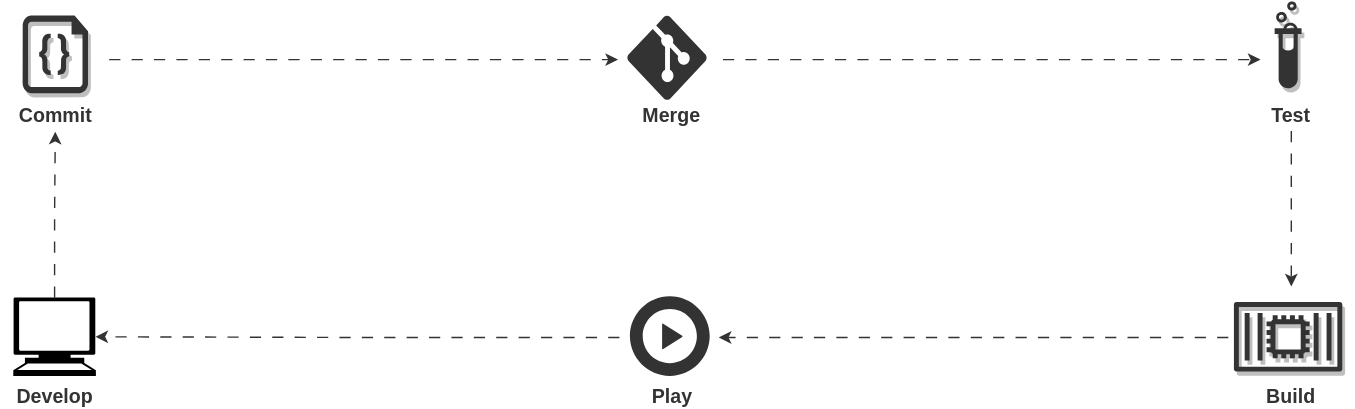
cloudymax/documentation keeps this draw.io diagram as static/assets/images/FeedbackLoop.drawio.svg. Above is the earlier version. Source tidied: cells renumbered, new cells last; positions are measured from the earlier drawing's top-left corner, leaving out a move shared by most shapes. Its diagram source:
```xml
<mxGraphModel>
  <root>
    <mxCell id="0" />
    <mxCell id="1" parent="0" />
    <mxCell id="2" style="edgeStyle=orthogonalEdgeStyle;rounded=1;orthogonalLoop=1;jettySize=auto;html=1;exitX=1;exitY=0.5;exitDx=0;exitDy=0;dashed=1;dashPattern=8 8;strokeColor=#333333;fontSize=14;fontColor=#333333;" parent="1" edge="1">
      <mxGeometry relative="1" as="geometry">
        <mxPoint x="515" y="42" as="sourcePoint" />
        <mxPoint x="899" y="42" as="targetPoint" />
      </mxGeometry>
    </mxCell>
    <mxCell id="3" value="Merge" style="rounded=1;whiteSpace=wrap;html=1;shadow=1;strokeColor=none;fillColor=none;gradientColor=none;fontColor=#333333;verticalAlign=bottom;fontSize=14;fontStyle=1;" parent="1" vertex="1">
      <mxGeometry x="440" y="4.5" width="77" height="89" as="geometry" />
    </mxCell>
    <mxCell id="4" style="edgeStyle=orthogonalEdgeStyle;rounded=1;jettySize=auto;html=1;exitX=0;exitY=0.5;exitDx=0;exitDy=0;entryX=0.995;entryY=0.5;entryDx=0;entryDy=0;entryPerimeter=0;dashed=1;dashPattern=8 8;strokeColor=#333333;fontSize=14;fontColor=#333333;" parent="1" edge="1" source="5" target="18">
      <mxGeometry relative="1" as="geometry" />
    </mxCell>
    <mxCell id="5" style="rounded=0;whiteSpace=wrap;html=1;fontSize=14;fontColor=#333333;fillColor=none;strokeColor=none;" parent="1" vertex="1">
      <mxGeometry x="441" y="197" width="71" height="87" as="geometry" />
    </mxCell>
    <mxCell id="6" style="edgeStyle=orthogonalEdgeStyle;rounded=1;orthogonalLoop=1;jettySize=auto;html=1;exitX=1;exitY=0.5;exitDx=0;exitDy=0;entryX=0;entryY=0.5;entryDx=0;entryDy=0;dashed=1;dashPattern=8 8;strokeColor=#333333;fontSize=14;fontColor=#333333;" parent="1" edge="1">
      <mxGeometry relative="1" as="geometry">
        <mxPoint x="76.5" y="42" as="sourcePoint" />
        <mxPoint x="440" y="42" as="targetPoint" />
      </mxGeometry>
    </mxCell>
    <mxCell id="7" value="Commit" style="rounded=1;whiteSpace=wrap;html=1;shadow=1;strokeColor=none;fillColor=none;gradientColor=none;fontColor=#333333;verticalAlign=bottom;fontSize=14;fontStyle=1;" parent="1" vertex="1">
      <mxGeometry x="-0.5" y="4.5" width="77" height="89" as="geometry" />
    </mxCell>
    <mxCell id="8" style="rounded=0;whiteSpace=wrap;html=1;fontSize=14;fontColor=#333333;fillColor=none;strokeColor=none;" parent="1" vertex="1">
      <mxGeometry x="876" y="204" width="90" height="73" as="geometry" />
    </mxCell>
    <mxCell id="9" style="sketch=0;fontColor=#333333;gradientColor=none;fillColor=#333333;strokeColor=none;dashed=0;verticalLabelPosition=bottom;verticalAlign=top;align=center;html=1;fontSize=14;fontStyle=1;shape=mxgraph.aws4.container_2;shadow=1;flipH=1;" parent="1" vertex="1">
      <mxGeometry x="880" y="215" width="77.4" height="50" as="geometry" />
    </mxCell>
    <mxCell id="10" style="sketch=0;html=1;strokeColor=none;shadow=1;align=center;verticalAlign=bottom;fillColor=#333333;shape=mxgraph.gcp2.biomedical_test_tube;fontSize=14;fontColor=#333333;fontStyle=1;spacingTop=10;spacing=-23;" parent="1" vertex="1">
      <mxGeometry x="909.1" y="0.5" width="19.2" height="62" as="geometry" />
    </mxCell>
    <mxCell id="11" value="Develop" style="text;html=1;strokeColor=none;fillColor=none;align=center;verticalAlign=middle;whiteSpace=wrap;rounded=0;fontColor=#333333;fontSize=14;fontStyle=1;" parent="1" vertex="1">
      <mxGeometry x="8" y="274" width="60" height="17" as="geometry" />
    </mxCell>
    <mxCell id="12" style="edgeStyle=orthogonalEdgeStyle;rounded=1;jettySize=auto;html=1;exitX=0;exitY=0.5;exitDx=0;exitDy=0;dashed=1;dashPattern=8 8;strokeColor=#333333;fontSize=14;fontColor=#333333;" parent="1" edge="1" source="8" target="5">
      <mxGeometry relative="1" as="geometry" />
    </mxCell>
    <mxCell id="13" style="sketch=0;html=1;strokeColor=none;shadow=0;align=center;verticalAlign=bottom;fillColor=#333333;shape=mxgraph.gcp2.play_start;fontColor=#333333;" parent="1" vertex="1">
      <mxGeometry x="448.5" y="211" width="57" height="57" as="geometry" />
    </mxCell>
    <mxCell id="14" value="Play" style="text;html=1;strokeColor=none;fillColor=none;align=center;verticalAlign=middle;whiteSpace=wrap;rounded=0;fontColor=#333333;fontSize=14;fontStyle=1;" parent="1" vertex="1">
      <mxGeometry x="448.5" y="274" width="60" height="17" as="geometry" />
    </mxCell>
    <mxCell id="15" value="Build" style="text;html=1;strokeColor=none;fillColor=none;align=center;verticalAlign=middle;whiteSpace=wrap;rounded=0;fontColor=#333333;fontSize=14;fontStyle=1;" parent="1" vertex="1">
      <mxGeometry x="891" y="274" width="60" height="17" as="geometry" />
    </mxCell>
    <mxCell id="16" style="verticalLabelPosition=bottom;html=1;verticalAlign=top;align=center;strokeColor=none;fillColor=#333333;shape=mxgraph.azure.code_file;shadow=1;fontColor=#333333;" parent="1" vertex="1">
      <mxGeometry x="14.6" y="10.5" width="46.8" height="55.5" as="geometry" />
    </mxCell>
    <mxCell id="17" style="edgeStyle=orthogonalEdgeStyle;rounded=1;jettySize=auto;html=1;exitX=0.5;exitY=0;exitDx=0;exitDy=0;exitPerimeter=0;entryX=0.5;entryY=1;entryDx=0;entryDy=0;dashed=1;dashPattern=8 8;strokeColor=#333333;fontSize=14;fontColor=#333333;" parent="1" edge="1" source="18" target="7">
      <mxGeometry relative="1" as="geometry" />
    </mxCell>
    <mxCell id="18" style="shape=mxgraph.signs.tech.computer;html=1;fillColor=#000000;strokeColor=none;verticalLabelPosition=bottom;verticalAlign=top;align=center;fontSize=14;fontColor=#333333;" parent="1" vertex="1">
      <mxGeometry x="8" y="212" width="59" height="56" as="geometry" />
    </mxCell>
    <mxCell id="19" style="edgeStyle=orthogonalEdgeStyle;rounded=1;jettySize=auto;html=1;exitX=0.5;exitY=1;exitDx=0;exitDy=0;entryX=0.5;entryY=0;entryDx=0;entryDy=0;dashed=1;dashPattern=8 8;strokeColor=#333333;fontSize=14;fontColor=#333333;" parent="1" edge="1" source="20" target="8">
      <mxGeometry relative="1" as="geometry" />
    </mxCell>
    <mxCell id="20" value="Test" style="rounded=1;whiteSpace=wrap;html=1;shadow=1;strokeColor=none;fillColor=none;gradientColor=none;fontColor=#333333;verticalAlign=bottom;fontSize=14;fontStyle=1;" parent="1" vertex="1">
      <mxGeometry x="903" y="4" width="36" height="89" as="geometry" />
    </mxCell>
    <mxCell id="21" style="verticalLabelPosition=bottom;html=1;verticalAlign=top;align=center;strokeColor=none;fillColor=#333333;shape=mxgraph.azure.git_repository;fontSize=14;fontColor=#333333;" parent="1" vertex="1">
      <mxGeometry x="446.5" y="10.5" width="57" height="60.2" as="geometry" />
    </mxCell>
  </root>
</mxGraphModel>
```
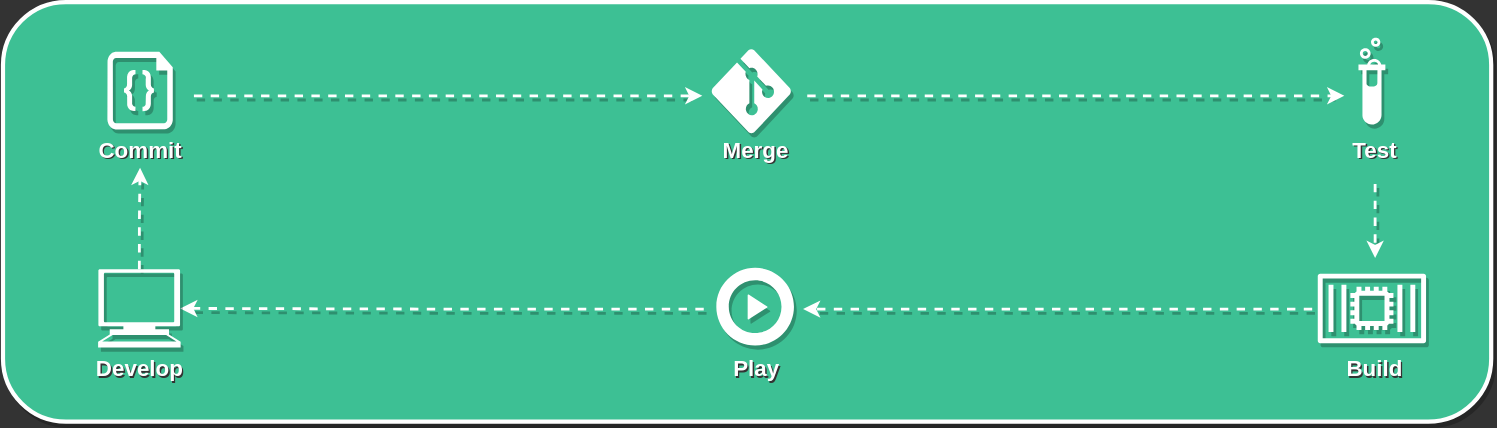
After the change.

Commit message:
update colors on feedback loop

Diff of the diagram source:
```diff
@@ -1,72 +1,95 @@
-<mxGraphModel>
+<mxGraphModel background="#333333">
   <root>
     <mxCell id="0" />
     <mxCell id="1" parent="0" />
+    <mxCell id="22" style="rounded=1;whiteSpace=wrap;html=1;shadow=1;strokeColor=#FFFFFF;fontColor=#FFFFFF;fillColor=#3dc094;strokeWidth=3;fontSize=16;" parent="1" vertex="1">
+      <mxGeometry x="-60" y="-25" width="1064" height="300" as="geometry" />
+    </mxCell>
+    <mxCell id="23" value="Commit" style="rounded=1;whiteSpace=wrap;html=1;shadow=0;strokeColor=none;fillColor=none;gradientColor=none;fontColor=#333333;verticalAlign=bottom;fontSize=16;fontStyle=1;" parent="1" vertex="1">
+      <mxGeometry x="0.5" y="5.5" width="77" height="89" as="geometry" />
+    </mxCell>
+    <mxCell id="24" value="Merge" style="rounded=1;whiteSpace=wrap;html=1;shadow=0;strokeColor=none;fillColor=none;gradientColor=none;fontColor=#333333;verticalAlign=bottom;fontSize=16;fontStyle=1;" parent="1" vertex="1">
+      <mxGeometry x="441" y="5.5" width="77" height="89" as="geometry" />
+    </mxCell>
+    <mxCell id="25" value="Test" style="rounded=1;whiteSpace=wrap;html=1;shadow=0;strokeColor=none;fillColor=none;gradientColor=none;fontColor=#333333;verticalAlign=bottom;fontSize=16;fontStyle=1;" parent="1" vertex="1">
+      <mxGeometry x="904" y="5" width="36" height="89" as="geometry" />
+    </mxCell>
+    <mxCell id="26" value="Play" style="text;html=1;strokeColor=none;fillColor=none;align=center;verticalAlign=middle;whiteSpace=wrap;rounded=0;fontColor=#333333;fontSize=16;fontStyle=1;shadow=0;" parent="1" vertex="1">
+      <mxGeometry x="449.5" y="229" width="60" height="17" as="geometry" />
+    </mxCell>
+    <mxCell id="27" value="Develop" style="text;html=1;strokeColor=none;fillColor=none;align=center;verticalAlign=middle;whiteSpace=wrap;rounded=0;fontColor=#333333;fontSize=16;fontStyle=1;shadow=0;" parent="1" vertex="1">
+      <mxGeometry x="9" y="229" width="60" height="17" as="geometry" />
+    </mxCell>
+    <mxCell id="28" value="Build" style="text;html=1;strokeColor=none;fillColor=none;align=center;verticalAlign=middle;whiteSpace=wrap;rounded=0;fontColor=#333333;fontSize=16;fontStyle=1;shadow=1;" parent="1" vertex="1">
+      <mxGeometry x="892" y="229" width="60" height="17" as="geometry" />
+    </mxCell>
+    <mxCell id="20" value="Test" style="rounded=1;whiteSpace=wrap;html=1;shadow=0;strokeColor=none;fillColor=none;gradientColor=none;fontColor=#FFFFFF;verticalAlign=bottom;fontSize=16;fontStyle=1;" parent="1" vertex="1">
+      <mxGeometry x="903" y="4" width="36" height="89" as="geometry" />
+    </mxCell>
-    <mxCell id="2" style="edgeStyle=orthogonalEdgeStyle;rounded=1;orthogonalLoop=1;jettySize=auto;html=1;exitX=1;exitY=0.5;exitDx=0;exitDy=0;dashed=1;dashPattern=8 8;strokeColor=#333333;fontSize=14;fontColor=#333333;" parent="1" edge="1">
+    <mxCell id="2" style="edgeStyle=orthogonalEdgeStyle;rounded=1;orthogonalLoop=1;jettySize=auto;html=1;exitX=1;exitY=0.5;exitDx=0;exitDy=0;dashed=1;strokeColor=#FFFFFF;fontSize=16;fontColor=#FFFFFF;shadow=1;strokeWidth=2;" parent="1" edge="1">
       <mxGeometry relative="1" as="geometry">
         <mxPoint x="515" y="42" as="sourcePoint" />
         <mxPoint x="899" y="42" as="targetPoint" />
       </mxGeometry>
     </mxCell>
-    <mxCell id="3" value="Merge" style="rounded=1;whiteSpace=wrap;html=1;shadow=1;strokeColor=none;fillColor=none;gradientColor=none;fontColor=#333333;verticalAlign=bottom;fontSize=14;fontStyle=1;" parent="1" vertex="1">
+    <mxCell id="3" value="Merge" style="rounded=1;whiteSpace=wrap;html=1;shadow=0;strokeColor=none;fillColor=none;gradientColor=none;fontColor=#FFFFFF;verticalAlign=bottom;fontSize=16;fontStyle=1;" parent="1" vertex="1">
       <mxGeometry x="440" y="4.5" width="77" height="89" as="geometry" />
     </mxCell>
-    <mxCell id="4" style="edgeStyle=orthogonalEdgeStyle;rounded=1;jettySize=auto;html=1;exitX=0;exitY=0.5;exitDx=0;exitDy=0;entryX=0.995;entryY=0.5;entryDx=0;entryDy=0;entryPerimeter=0;dashed=1;dashPattern=8 8;strokeColor=#333333;fontSize=14;fontColor=#333333;" parent="1" edge="1" source="5" target="18">
+    <mxCell id="4" style="edgeStyle=orthogonalEdgeStyle;rounded=1;jettySize=auto;html=1;exitX=0;exitY=0.5;exitDx=0;exitDy=0;entryX=0.995;entryY=0.5;entryDx=0;entryDy=0;entryPerimeter=0;dashed=1;strokeColor=#FFFFFF;fontSize=16;fontColor=#FFFFFF;shadow=1;strokeWidth=2;" parent="1" edge="1" source="5" target="18">
       <mxGeometry relative="1" as="geometry" />
     </mxCell>
-    <mxCell id="5" style="rounded=0;whiteSpace=wrap;html=1;fontSize=14;fontColor=#333333;fillColor=none;strokeColor=none;" parent="1" vertex="1">
-      <mxGeometry x="441" y="197" width="71" height="87" as="geometry" />
+    <mxCell id="5" style="rounded=0;whiteSpace=wrap;html=1;fontSize=16;fontColor=#FFFFFF;fillColor=none;strokeColor=none;shadow=1;" parent="1" vertex="1">
+      <mxGeometry x="441" y="151" width="71" height="87" as="geometry" />
     </mxCell>
-    <mxCell id="6" style="edgeStyle=orthogonalEdgeStyle;rounded=1;orthogonalLoop=1;jettySize=auto;html=1;exitX=1;exitY=0.5;exitDx=0;exitDy=0;entryX=0;entryY=0.5;entryDx=0;entryDy=0;dashed=1;dashPattern=8 8;strokeColor=#333333;fontSize=14;fontColor=#333333;" parent="1" edge="1">
+    <mxCell id="6" style="edgeStyle=orthogonalEdgeStyle;rounded=1;orthogonalLoop=1;jettySize=auto;html=1;exitX=1;exitY=0.5;exitDx=0;exitDy=0;entryX=0;entryY=0.5;entryDx=0;entryDy=0;dashed=1;strokeColor=#FFFFFF;fontSize=16;fontColor=#FFFFFF;shadow=1;strokeWidth=2;" parent="1" edge="1">
       <mxGeometry relative="1" as="geometry">
         <mxPoint x="76.5" y="42" as="sourcePoint" />
         <mxPoint x="440" y="42" as="targetPoint" />
       </mxGeometry>
     </mxCell>
-    <mxCell id="7" value="Commit" style="rounded=1;whiteSpace=wrap;html=1;shadow=1;strokeColor=none;fillColor=none;gradientColor=none;fontColor=#333333;verticalAlign=bottom;fontSize=14;fontStyle=1;" parent="1" vertex="1">
+    <mxCell id="7" value="Commit" style="rounded=1;whiteSpace=wrap;html=1;shadow=0;strokeColor=none;fillColor=none;gradientColor=none;fontColor=#FFFFFF;verticalAlign=bottom;fontSize=16;fontStyle=1;" parent="1" vertex="1">
       <mxGeometry x="-0.5" y="4.5" width="77" height="89" as="geometry" />
     </mxCell>
-    <mxCell id="8" style="rounded=0;whiteSpace=wrap;html=1;fontSize=14;fontColor=#333333;fillColor=none;strokeColor=none;" parent="1" vertex="1">
-      <mxGeometry x="876" y="204" width="90" height="73" as="geometry" />
+    <mxCell id="8" style="rounded=0;whiteSpace=wrap;html=1;fontSize=16;fontColor=#FFFFFF;fillColor=none;strokeColor=none;shadow=1;" parent="1" vertex="1">
+      <mxGeometry x="876" y="158" width="90" height="73" as="geometry" />
     </mxCell>
-    <mxCell id="9" style="sketch=0;fontColor=#333333;gradientColor=none;fillColor=#333333;strokeColor=none;dashed=0;verticalLabelPosition=bottom;verticalAlign=top;align=center;html=1;fontSize=14;fontStyle=1;shape=mxgraph.aws4.container_2;shadow=1;flipH=1;" parent="1" vertex="1">
-      <mxGeometry x="880" y="215" width="77.4" height="50" as="geometry" />
+    <mxCell id="9" style="sketch=0;fontColor=#FFFFFF;gradientColor=none;fillColor=#FFFFFF;strokeColor=none;dashed=0;verticalLabelPosition=bottom;verticalAlign=top;align=center;html=1;fontSize=16;fontStyle=1;shape=mxgraph.aws4.container_2;shadow=1;flipH=1;" parent="1" vertex="1">
+      <mxGeometry x="880" y="169" width="77.4" height="50" as="geometry" />
     </mxCell>
-    <mxCell id="10" style="sketch=0;html=1;strokeColor=none;shadow=1;align=center;verticalAlign=bottom;fillColor=#333333;shape=mxgraph.gcp2.biomedical_test_tube;fontSize=14;fontColor=#333333;fontStyle=1;spacingTop=10;spacing=-23;" parent="1" vertex="1">
+    <mxCell id="10" style="sketch=0;html=1;strokeColor=none;shadow=1;align=center;verticalAlign=bottom;fillColor=#FFFFFF;shape=mxgraph.gcp2.biomedical_test_tube;fontSize=16;fontColor=#FFFFFF;fontStyle=1;spacingTop=10;spacing=-23;" parent="1" vertex="1">
       <mxGeometry x="909.1" y="0.5" width="19.2" height="62" as="geometry" />
     </mxCell>
-    <mxCell id="11" value="Develop" style="text;html=1;strokeColor=none;fillColor=none;align=center;verticalAlign=middle;whiteSpace=wrap;rounded=0;fontColor=#333333;fontSize=14;fontStyle=1;" parent="1" vertex="1">
-      <mxGeometry x="8" y="274" width="60" height="17" as="geometry" />
+    <mxCell id="11" value="Develop" style="text;html=1;strokeColor=none;fillColor=none;align=center;verticalAlign=middle;whiteSpace=wrap;rounded=0;fontColor=#FFFFFF;fontSize=16;fontStyle=1;shadow=0;" parent="1" vertex="1">
+      <mxGeometry x="8" y="228" width="60" height="17" as="geometry" />
     </mxCell>
-    <mxCell id="12" style="edgeStyle=orthogonalEdgeStyle;rounded=1;jettySize=auto;html=1;exitX=0;exitY=0.5;exitDx=0;exitDy=0;dashed=1;dashPattern=8 8;strokeColor=#333333;fontSize=14;fontColor=#333333;" parent="1" edge="1" source="8" target="5">
+    <mxCell id="12" style="edgeStyle=orthogonalEdgeStyle;rounded=1;jettySize=auto;html=1;exitX=0;exitY=0.5;exitDx=0;exitDy=0;dashed=1;strokeColor=#FFFFFF;fontSize=16;fontColor=#FFFFFF;shadow=1;strokeWidth=2;" parent="1" edge="1" source="8" target="5">
       <mxGeometry relative="1" as="geometry" />
     </mxCell>
-    <mxCell id="13" style="sketch=0;html=1;strokeColor=none;shadow=0;align=center;verticalAlign=bottom;fillColor=#333333;shape=mxgraph.gcp2.play_start;fontColor=#333333;" parent="1" vertex="1">
-      <mxGeometry x="448.5" y="211" width="57" height="57" as="geometry" />
+    <mxCell id="13" style="sketch=0;html=1;strokeColor=none;shadow=1;align=center;verticalAlign=bottom;fillColor=#FFFFFF;shape=mxgraph.gcp2.play_start;fontColor=#FFFFFF;fontSize=16;" parent="1" vertex="1">
+      <mxGeometry x="450" y="165" width="55.5" height="55.5" as="geometry" />
     </mxCell>
-    <mxCell id="14" value="Play" style="text;html=1;strokeColor=none;fillColor=none;align=center;verticalAlign=middle;whiteSpace=wrap;rounded=0;fontColor=#333333;fontSize=14;fontStyle=1;" parent="1" vertex="1">
-      <mxGeometry x="448.5" y="274" width="60" height="17" as="geometry" />
+    <mxCell id="14" value="Play" style="text;html=1;strokeColor=none;fillColor=none;align=center;verticalAlign=middle;whiteSpace=wrap;rounded=0;fontColor=#FFFFFF;fontSize=16;fontStyle=1;shadow=0;" parent="1" vertex="1">
+      <mxGeometry x="448.5" y="228" width="60" height="17" as="geometry" />
     </mxCell>
-    <mxCell id="15" value="Build" style="text;html=1;strokeColor=none;fillColor=none;align=center;verticalAlign=middle;whiteSpace=wrap;rounded=0;fontColor=#333333;fontSize=14;fontStyle=1;" parent="1" vertex="1">
-      <mxGeometry x="891" y="274" width="60" height="17" as="geometry" />
+    <mxCell id="15" value="Build" style="text;html=1;strokeColor=none;fillColor=none;align=center;verticalAlign=middle;whiteSpace=wrap;rounded=0;fontColor=#FFFFFF;fontSize=16;fontStyle=1;shadow=1;" parent="1" vertex="1">
+      <mxGeometry x="891" y="228" width="60" height="17" as="geometry" />
     </mxCell>
-    <mxCell id="16" style="verticalLabelPosition=bottom;html=1;verticalAlign=top;align=center;strokeColor=none;fillColor=#333333;shape=mxgraph.azure.code_file;shadow=1;fontColor=#333333;" parent="1" vertex="1">
+    <mxCell id="16" style="verticalLabelPosition=bottom;html=1;verticalAlign=top;align=center;strokeColor=none;fillColor=#FFFFFF;shape=mxgraph.azure.code_file;shadow=1;fontColor=#FFFFFF;fontSize=16;" parent="1" vertex="1">
       <mxGeometry x="14.6" y="10.5" width="46.8" height="55.5" as="geometry" />
     </mxCell>
-    <mxCell id="17" style="edgeStyle=orthogonalEdgeStyle;rounded=1;jettySize=auto;html=1;exitX=0.5;exitY=0;exitDx=0;exitDy=0;exitPerimeter=0;entryX=0.5;entryY=1;entryDx=0;entryDy=0;dashed=1;dashPattern=8 8;strokeColor=#333333;fontSize=14;fontColor=#333333;" parent="1" edge="1" source="18" target="7">
+    <mxCell id="17" style="edgeStyle=orthogonalEdgeStyle;rounded=1;jettySize=auto;html=1;exitX=0.5;exitY=0;exitDx=0;exitDy=0;exitPerimeter=0;entryX=0.5;entryY=1;entryDx=0;entryDy=0;dashed=1;strokeColor=#FFFFFF;fontSize=16;fontColor=#FFFFFF;shadow=1;strokeWidth=2;" parent="1" edge="1" source="18" target="7">
       <mxGeometry relative="1" as="geometry" />
     </mxCell>
-    <mxCell id="18" style="shape=mxgraph.signs.tech.computer;html=1;fillColor=#000000;strokeColor=none;verticalLabelPosition=bottom;verticalAlign=top;align=center;fontSize=14;fontColor=#333333;" parent="1" vertex="1">
-      <mxGeometry x="8" y="212" width="59" height="56" as="geometry" />
+    <mxCell id="18" style="shape=mxgraph.signs.tech.computer;html=1;fillColor=#FFFFFF;strokeColor=none;verticalLabelPosition=bottom;verticalAlign=top;align=center;fontSize=16;fontColor=#FFFFFF;shadow=1;" parent="1" vertex="1">
+      <mxGeometry x="8" y="166" width="59" height="56" as="geometry" />
     </mxCell>
-    <mxCell id="19" style="edgeStyle=orthogonalEdgeStyle;rounded=1;jettySize=auto;html=1;exitX=0.5;exitY=1;exitDx=0;exitDy=0;entryX=0.5;entryY=0;entryDx=0;entryDy=0;dashed=1;dashPattern=8 8;strokeColor=#333333;fontSize=14;fontColor=#333333;" parent="1" edge="1" source="20" target="8">
-      <mxGeometry relative="1" as="geometry" />
+    <mxCell id="19" style="edgeStyle=orthogonalEdgeStyle;rounded=1;jettySize=auto;html=1;entryX=0.5;entryY=0;entryDx=0;entryDy=0;dashed=1;strokeColor=#FFFFFF;fontSize=16;fontColor=#FFFFFF;shadow=1;strokeWidth=2;" parent="1" edge="1" target="8">
+      <mxGeometry relative="1" as="geometry">
+        <mxPoint x="921" y="105" as="sourcePoint" />
+      </mxGeometry>
     </mxCell>
-    <mxCell id="20" value="Test" style="rounded=1;whiteSpace=wrap;html=1;shadow=1;strokeColor=none;fillColor=none;gradientColor=none;fontColor=#333333;verticalAlign=bottom;fontSize=14;fontStyle=1;" parent="1" vertex="1">
-      <mxGeometry x="903" y="4" width="36" height="89" as="geometry" />
-    </mxCell>
-    <mxCell id="21" style="verticalLabelPosition=bottom;html=1;verticalAlign=top;align=center;strokeColor=none;fillColor=#333333;shape=mxgraph.azure.git_repository;fontSize=14;fontColor=#333333;" parent="1" vertex="1">
-      <mxGeometry x="446.5" y="10.5" width="57" height="60.2" as="geometry" />
+    <mxCell id="21" style="verticalLabelPosition=bottom;html=1;verticalAlign=top;align=center;strokeColor=none;fillColor=#FFFFFF;shape=mxgraph.azure.git_repository;fontSize=16;fontColor=#FFFFFF;shadow=1;" parent="1" vertex="1">
+      <mxGeometry x="446.5" y="8.5" width="57" height="60.2" as="geometry" />
     </mxCell>
   </root>
 </mxGraphModel>
```
